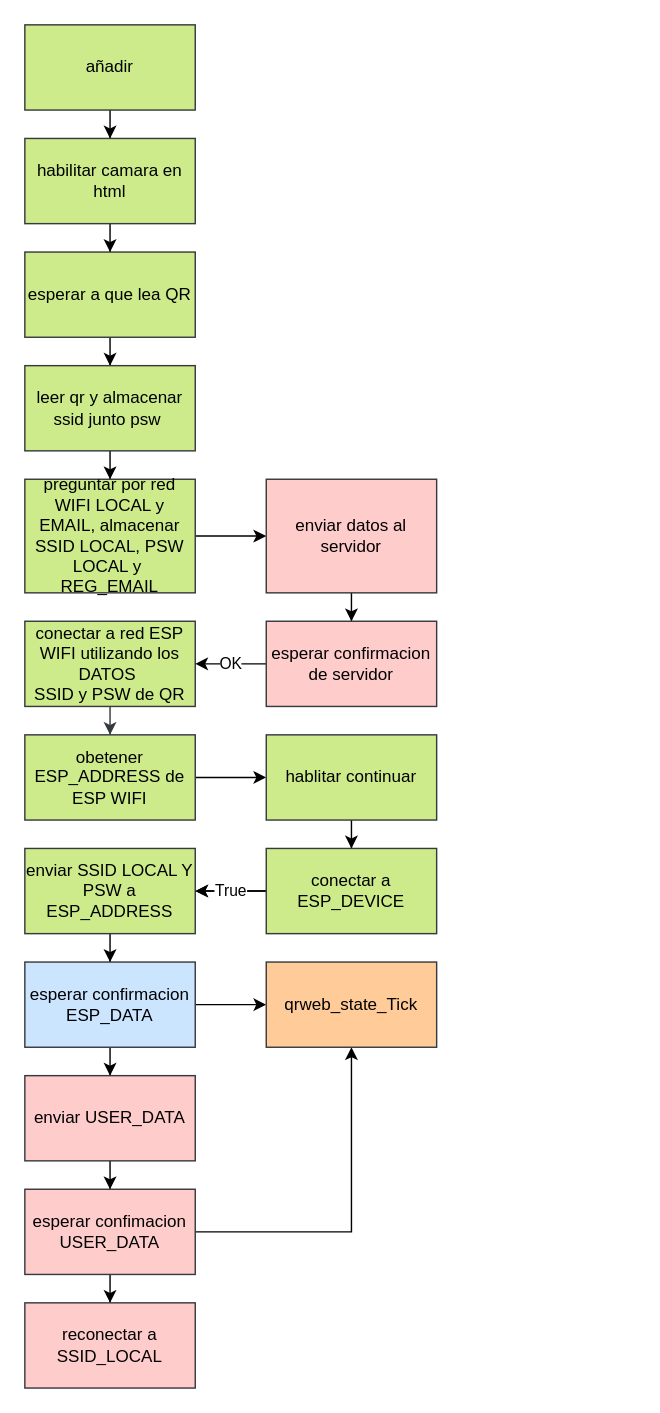
marsex/workbench keeps this draw.io diagram as design_files/Untitled Diagram3.drawio. Above is the earlier version. Source tidied: cells renumbered, new cells numbered last; positions are measured from the earlier drawing's top-left corner, leaving out a move shared by most shapes. Both pictures are drawn from the tidied source at 142%, with x=0, y=0 at pixel (24, 24).
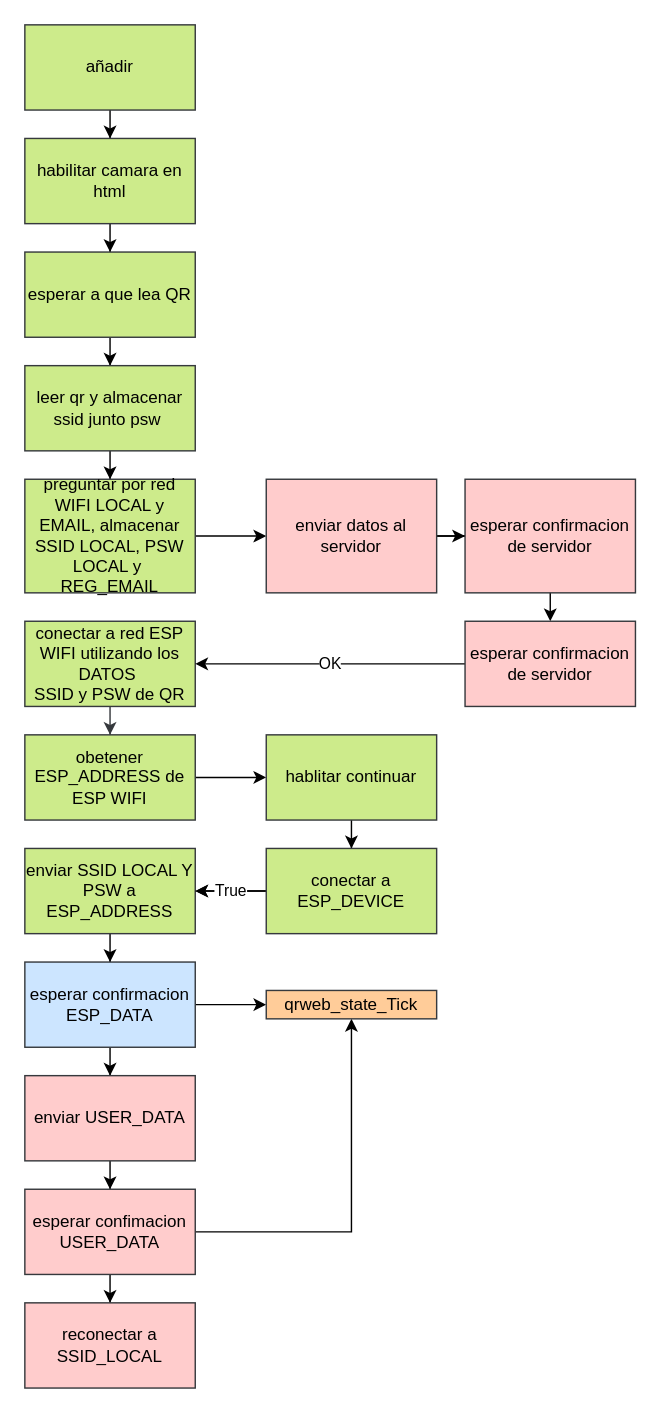
After the change.

Unchanged cells that the change refers to:
```xml
<mxCell id="19" value="enviar datos al servidor" style="whiteSpace=wrap;html=1;rounded=0;fillColor=#ffcccc;strokeColor=#36393d;" parent="1" vertex="1">
  <mxGeometry x="170" y="320" width="120" height="80" as="geometry" />
</mxCell>
```

Change to the diagram source:
```diff
@@
+    <mxCell id="37" style="edgeStyle=orthogonalEdgeStyle;rounded=0;jettySize=auto;html=1;" parent="1" edge="1" source="19" target="38">
+      <mxGeometry relative="1" as="geometry" />
+    </mxCell>
@@
     <mxCell id="21" value="esperar confirmacion de servidor" style="whiteSpace=wrap;html=1;rounded=0;fillColor=#ffcccc;strokeColor=#36393d;" parent="1" vertex="1">
-      <mxGeometry x="170" y="420" width="120" height="60" as="geometry" />
+      <mxGeometry x="310" y="420" width="120" height="60" as="geometry" />
     </mxCell>
@@
     <mxCell id="31" value="qrweb_state_Tick" style="whiteSpace=wrap;html=1;rounded=0;fillColor=#ffcc99;strokeColor=#36393d;" parent="1" vertex="1">
-      <mxGeometry x="170" y="660" width="120" height="60" as="geometry" />
+      <mxGeometry x="170" y="680" width="120" height="20" as="geometry" />
     </mxCell>
@@
+    <mxCell id="38" value="esperar confirmacion de servidor" style="whiteSpace=wrap;html=1;rounded=0;fillColor=#ffcccc;strokeColor=#36393d;" parent="1" vertex="1">
+      <mxGeometry x="310" y="320" width="120" height="80" as="geometry" />
+    </mxCell>
```
